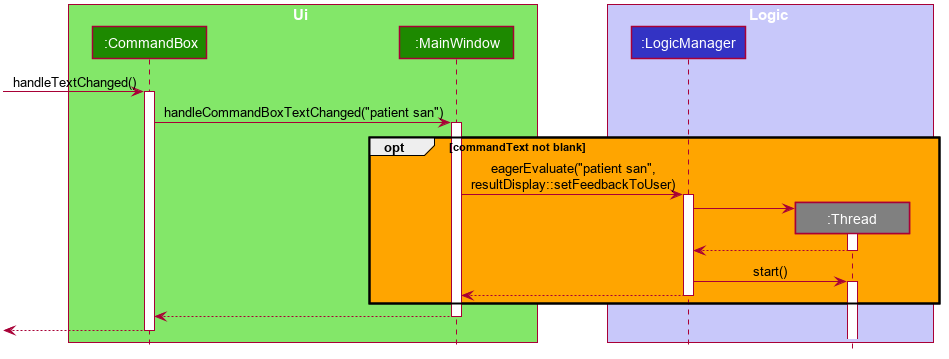
Before: images/ReactiveSearchSequenceDiagram.png, a diagram exported from PlantUML (AY1920S1-CS2103T-T09-3/main).
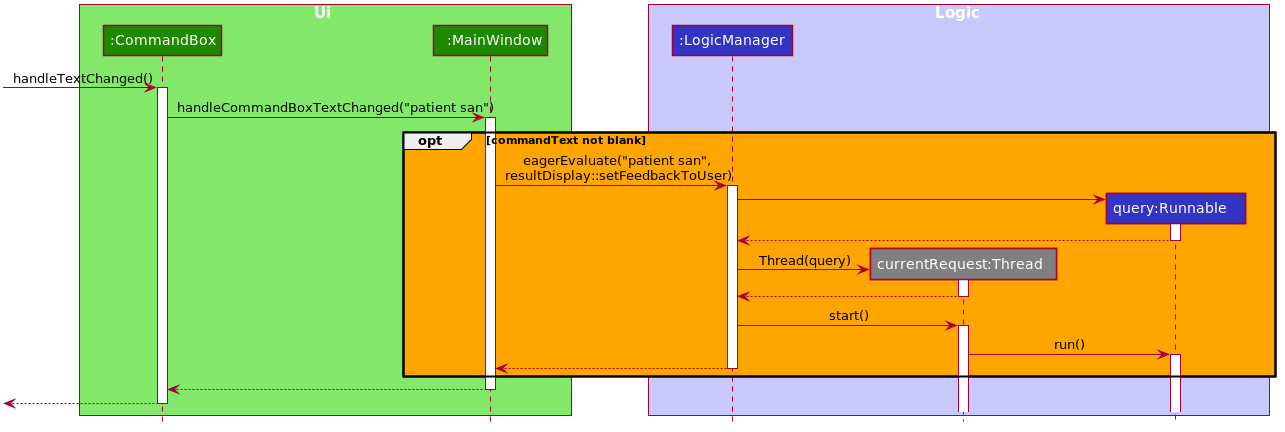
The same file after the commit.

Diff of the diagram source:
```diff
@@ -49,13 +49,15 @@
 hide circle
 
 box Ui #83E769
-participant ":CommandBox" as CommandBox #1D8900
+participant ":CommandBox  " as CommandBox #1D8900
 participant ":MainWindow" as MainWindow #1D8900
 end box
 
 box Logic #C8C8FA
-participant ":LogicManager" as LogicManager #3333C4
-participant ":Thread" as Thread #Grey
+participant ":LogicManager   " as LogicManager #3333C4
+participant "currentRequest:Thread      " as Thread #Grey
+participant "query:Runnable      " as Runnable #3333C4
+
 end box
 
 [-> CommandBox : handleTextChanged()
@@ -68,17 +70,28 @@
 MainWindow -> LogicManager : eagerEvaluate("patient san",\nresultDisplay::setFeedbackToUser)
 activate LogicManager
 
+create Runnable
+LogicManager -> Runnable
+activate Runnable
+LogicManager <-- Runnable
+deactivate Runnable
+
 create Thread
-LogicManager -> Thread
+LogicManager -> Thread : Thread(query)
 activate Thread
 LogicManager <-- Thread
 deactivate Thread
 
+
+
 LogicManager -> Thread : start()
 activate Thread
+Thread -> Runnable : run()
+activate Runnable
 
 MainWindow <-- LogicManager
 deactivate LogicManager
+
 
 end
 
```
